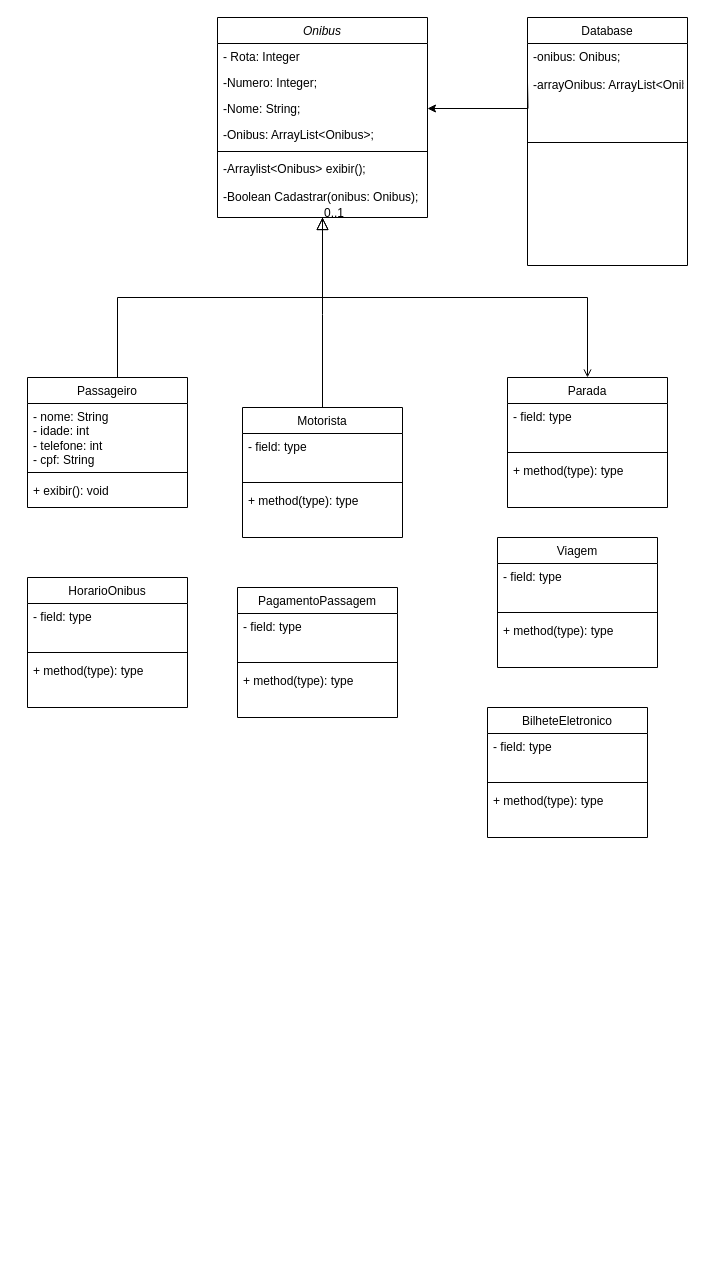
KAUAN-LOCHE/TrabalhoPOOII keeps this draw.io diagram as UMLs/TrabalhoPOO.drawio. Above is the earlier version. Source tidied: cells renumbered, new cells numbered last; positions are measured from the earlier drawing's top-left corner, leaving out a move shared by most shapes. Both pictures are drawn from the tidied source at 100%, with x=0, y=0 at pixel (27, 17).
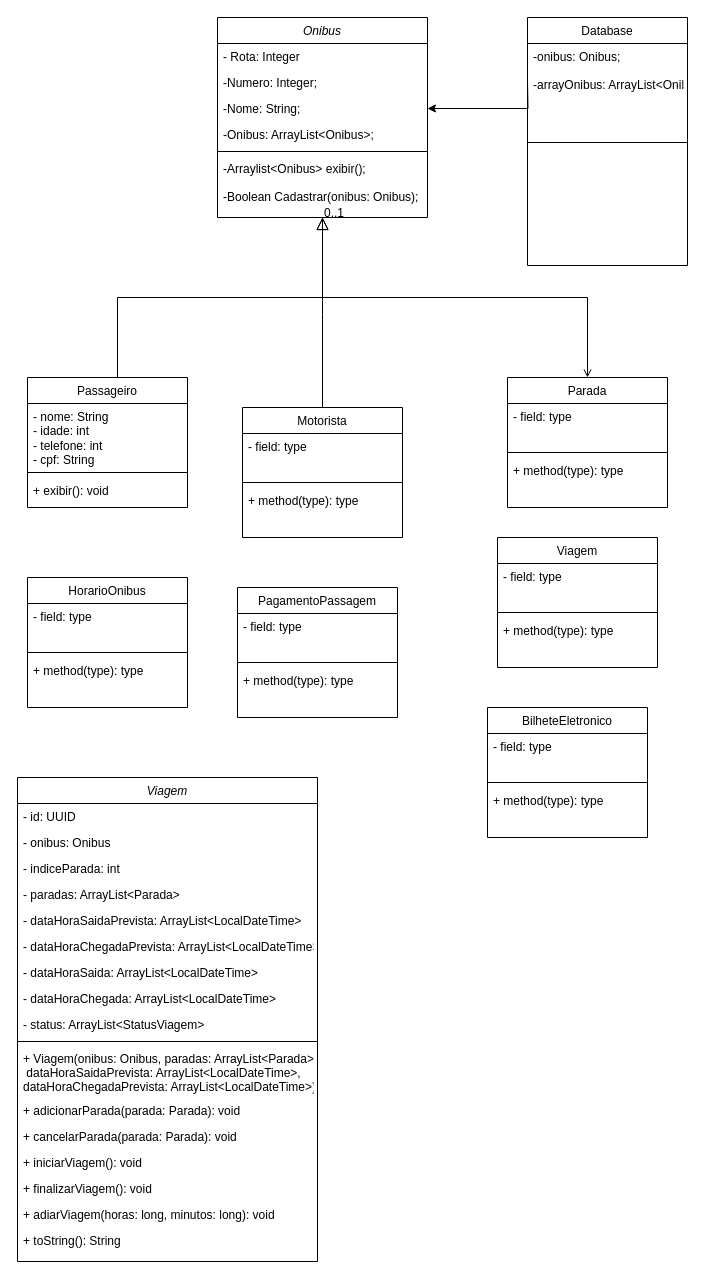
The same page after the edit.

Commit message:
chore: atualizar UML

Diff of the diagram source:
```diff
@@
+    <mxCell id="45" value="Viagem" style="swimlane;fontStyle=2;align=center;verticalAlign=top;horizontal=1;startSize=26;rounded=0;shadow=0;strokeWidth=1;" parent="1" vertex="1">
+      <mxGeometry x="-10" y="760" width="300" height="484" as="geometry" />
+    </mxCell>
+    <mxCell id="46" value="- id: UUID" style="text;align=left;verticalAlign=top;spacingLeft=4;spacingRight=4;overflow=hidden;" parent="45" vertex="1">
+      <mxGeometry y="26" width="300" height="26" as="geometry" />
+    </mxCell>
+    <mxCell id="47" value="- onibus: Onibus" style="text;align=left;verticalAlign=top;spacingLeft=4;spacingRight=4;overflow=hidden;" parent="45" vertex="1">
+      <mxGeometry y="52" width="300" height="26" as="geometry" />
+    </mxCell>
+    <mxCell id="48" value="- indiceParada: int" style="text;align=left;verticalAlign=top;spacingLeft=4;spacingRight=4;overflow=hidden;" parent="45" vertex="1">
+      <mxGeometry y="78" width="300" height="26" as="geometry" />
+    </mxCell>
+    <mxCell id="49" value="- paradas: ArrayList&lt;Parada&gt;" style="text;align=left;verticalAlign=top;spacingLeft=4;spacingRight=4;overflow=hidden;" parent="45" vertex="1">
+      <mxGeometry y="104" width="300" height="26" as="geometry" />
+    </mxCell>
+    <mxCell id="50" value="- dataHoraSaidaPrevista: ArrayList&lt;LocalDateTime&gt;" style="text;align=left;verticalAlign=top;spacingLeft=4;spacingRight=4;overflow=hidden;" parent="45" vertex="1">
+      <mxGeometry y="130" width="300" height="26" as="geometry" />
+    </mxCell>
+    <mxCell id="51" value="- dataHoraChegadaPrevista: ArrayList&lt;LocalDateTime&gt;" style="text;align=left;verticalAlign=top;spacingLeft=4;spacingRight=4;overflow=hidden;" parent="45" vertex="1">
+      <mxGeometry y="156" width="300" height="26" as="geometry" />
+    </mxCell>
+    <mxCell id="52" value="- dataHoraSaida: ArrayList&lt;LocalDateTime&gt;" style="text;align=left;verticalAlign=top;spacingLeft=4;spacingRight=4;overflow=hidden;" parent="45" vertex="1">
+      <mxGeometry y="182" width="300" height="26" as="geometry" />
+    </mxCell>
+    <mxCell id="53" value="- dataHoraChegada: ArrayList&lt;LocalDateTime&gt;" style="text;align=left;verticalAlign=top;spacingLeft=4;spacingRight=4;overflow=hidden;" parent="45" vertex="1">
+      <mxGeometry y="208" width="300" height="26" as="geometry" />
+    </mxCell>
+    <mxCell id="54" value="- status: ArrayList&lt;StatusViagem&gt;" style="text;align=left;verticalAlign=top;spacingLeft=4;spacingRight=4;overflow=hidden;" parent="45" vertex="1">
+      <mxGeometry y="234" width="300" height="26" as="geometry" />
+    </mxCell>
+    <mxCell id="55" style="line;html=1;strokeWidth=1;align=left;verticalAlign=middle;spacingTop=-1;spacingLeft=3;spacingRight=3;labelPosition=right;" parent="45" vertex="1">
+      <mxGeometry y="260" width="300" height="8" as="geometry" />
+    </mxCell>
+    <mxCell id="56" value="+ Viagem(onibus: Onibus, paradas: ArrayList&lt;Parada&gt;,&#10; dataHoraSaidaPrevista: ArrayList&lt;LocalDateTime&gt;,&#10;dataHoraChegadaPrevista: ArrayList&lt;LocalDateTime&gt;)" style="text;align=left;verticalAlign=top;spacingLeft=4;spacingRight=4;overflow=hidden;" parent="45" vertex="1">
+      <mxGeometry y="268" width="300" height="52" as="geometry" />
+    </mxCell>
+    <mxCell id="57" value="+ adicionarParada(parada: Parada): void" style="text;align=left;verticalAlign=top;spacingLeft=4;spacingRight=4;overflow=hidden;" parent="45" vertex="1">
+      <mxGeometry y="320" width="300" height="26" as="geometry" />
+    </mxCell>
+    <mxCell id="58" value="+ cancelarParada(parada: Parada): void" style="text;align=left;verticalAlign=top;spacingLeft=4;spacingRight=4;overflow=hidden;" parent="45" vertex="1">
+      <mxGeometry y="346" width="300" height="26" as="geometry" />
+    </mxCell>
+    <mxCell id="59" value="+ iniciarViagem(): void" style="text;align=left;verticalAlign=top;spacingLeft=4;spacingRight=4;overflow=hidden;" parent="45" vertex="1">
+      <mxGeometry y="372" width="300" height="26" as="geometry" />
+    </mxCell>
+    <mxCell id="60" value="+ finalizarViagem(): void" style="text;align=left;verticalAlign=top;spacingLeft=4;spacingRight=4;overflow=hidden;" parent="45" vertex="1">
+      <mxGeometry y="398" width="300" height="26" as="geometry" />
+    </mxCell>
+    <mxCell id="61" value="+ adiarViagem(horas: long, minutos: long): void" style="text;align=left;verticalAlign=top;spacingLeft=4;spacingRight=4;overflow=hidden;" parent="45" vertex="1">
+      <mxGeometry y="424" width="300" height="26" as="geometry" />
+    </mxCell>
+    <mxCell id="62" value="+ toString(): String " style="text;align=left;verticalAlign=top;spacingLeft=4;spacingRight=4;overflow=hidden;" parent="45" vertex="1">
+      <mxGeometry y="450" width="300" height="26" as="geometry" />
+    </mxCell>
```
